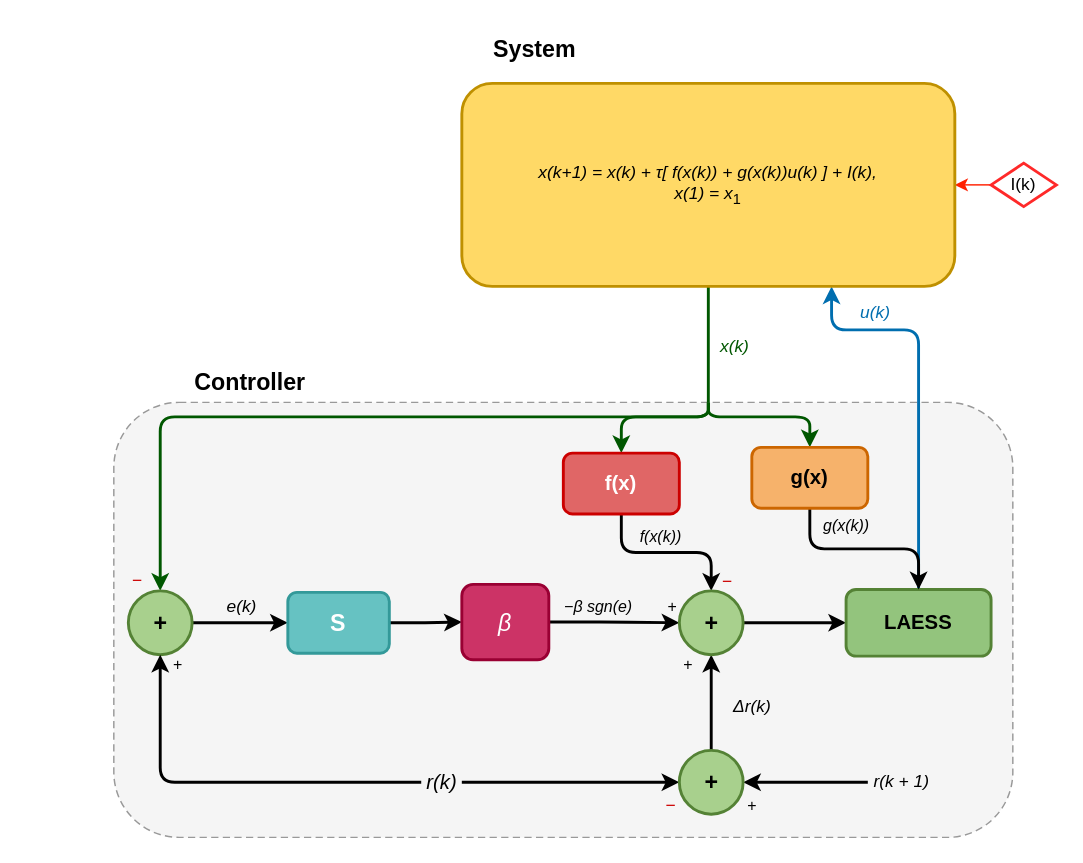
ablassejr/tracking-control-network keeps this draw.io diagram as page "attacked-system" (3 of 5) of research-vault/Research Journal/Paper/figures/System-States.drawio. Above is the earlier version. Source tidied: cells renumbered, new cells numbered last; positions are measured from the earlier drawing's top-left corner, leaving out a move shared by most shapes. Both pictures are drawn from the tidied source at 145%, with x=0, y=0 at pixel (113, 25).
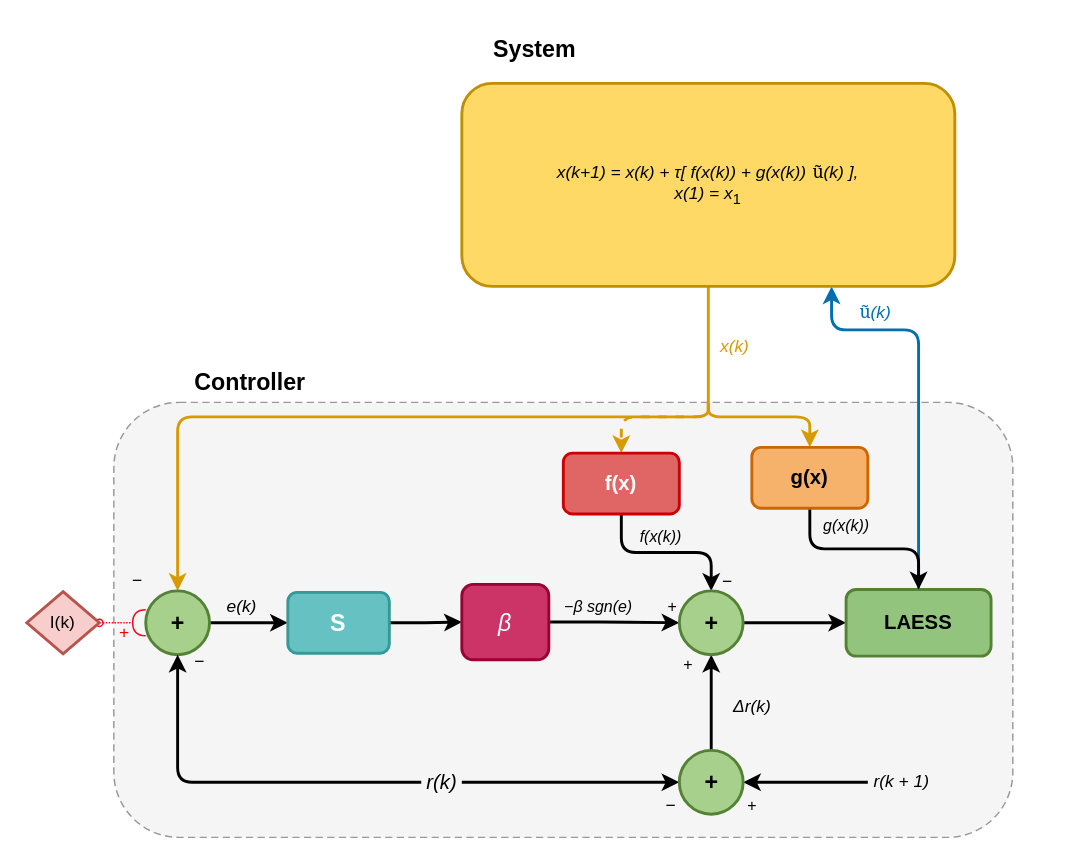
Above is the later version.

Unchanged cells that the change refers to:
```xml
<mxCell id="21" value="&lt;b&gt;f(x)&lt;/b&gt;" style="rounded=1;whiteSpace=wrap;html=1;fontFamily=Helvetica;fontSize=14;fillColor=#E06666;strokeColor=#CC0000;strokeWidth=2;fontColor=#FFFFFF;" parent="1" vertex="1">
  <mxGeometry x="310" y="295" width="80" height="42" as="geometry" />
</mxCell>
<mxCell id="24" value="&lt;b&gt;g(x)&lt;/b&gt;" style="rounded=1;whiteSpace=wrap;html=1;fontFamily=Helvetica;fontSize=14;fillColor=#F6B26B;strokeColor=#CC6600;strokeWidth=2;" parent="1" vertex="1">
  <mxGeometry x="440" y="291" width="80" height="42" as="geometry" />
</mxCell>
```

What changed in the source:
```diff
@@
-    <mxCell id="11" style="edgeStyle=orthogonalEdgeStyle;rounded=1;jettySize=auto;html=1;endArrow=none;endFill=0;strokeWidth=2;fillColor=#008a00;strokeColor=#005700;flowAnimation=1;" parent="1" edge="1" source="13">
+    <mxCell id="11" style="edgeStyle=orthogonalEdgeStyle;rounded=1;jettySize=auto;html=1;endArrow=none;endFill=0;strokeWidth=2;fillColor=#ffe6cc;strokeColor=#d79b00;flowAnimation=1;" parent="1" edge="1" source="13">
       <mxGeometry relative="1" as="geometry">
         <mxPoint x="410" y="260" as="targetPoint" />
       </mxGeometry>
     </mxCell>
-    <mxCell id="12" style="edgeStyle=orthogonalEdgeStyle;rounded=0;orthogonalLoop=1;jettySize=auto;html=1;flowAnimation=1;strokeWidth=1;strokeColor=#FF2100;" parent="1" edge="1">
-      <mxGeometry relative="1" as="geometry">
-        <mxPoint x="605" y="110" as="sourcePoint" />
-        <mxPoint x="580" y="110" as="targetPoint" />
-      </mxGeometry>
-    </mxCell>
-    <mxCell id="13" value="&lt;i style=&quot;line-height: 100%;&quot;&gt;x(k+1) = x(k) + τ[ f(x(k)) + g(x(k))u(k) ] + I(k),&lt;/i&gt;&lt;br&gt;&lt;i&gt;x(1) = x&lt;/i&gt;&lt;sub&gt;1&lt;/sub&gt;" style="rounded=1;whiteSpace=wrap;html=1;fontFamily=Helvetica;fontSize=12;fillColor=#FFD966;strokeColor=#BF9000;strokeWidth=2;" parent="1" vertex="1">
+    <mxCell id="13" value="&lt;span&gt;&lt;i style=&quot;line-height: 100%;&quot;&gt;x(k+1) = x(k) + τ[ f(x(k)) + g(x(k))&lt;span style=&quot;font-size: 16px;&quot;&gt;&amp;nbsp;&lt;/span&gt;&lt;span style=&quot;font-family: pplxSerif, pplxSerif, ui-serif, Georgia, Cambria, &amp;quot;Hiragino Mincho ProN&amp;quot;, &amp;quot;Yu Mincho&amp;quot;, &amp;quot;Songti SC&amp;quot;, SimSun, &amp;quot;Songti TC&amp;quot;, PMingLiU, &amp;quot;Songti TC&amp;quot;, MingLiU_HKSCS, &amp;quot;Songti TC&amp;quot;, PMingLiU, AppleMyungjo, Batang, serif; font-style: normal; text-align: start;&quot;&gt;&lt;font&gt;ũ&lt;/font&gt;&lt;/span&gt;(k) ],&lt;/i&gt;&lt;br&gt;&lt;i style=&quot;&quot;&gt;x(1) = x&lt;/i&gt;&lt;sub style=&quot;&quot;&gt;1&lt;/sub&gt;&lt;/span&gt;" style="rounded=1;whiteSpace=wrap;html=1;fontFamily=Helvetica;fontSize=12;fillColor=#FFD966;strokeColor=#BF9000;strokeWidth=2;fontColor=default;" parent="1" vertex="1">
       <mxGeometry x="240" y="40" width="340" height="140" as="geometry" />
     </mxCell>
-    <mxCell id="14" style="edgeStyle=orthogonalEdgeStyle;rounded=1;jettySize=auto;html=1;flowAnimation=1;fillColor=#008a00;strokeColor=#005700;strokeWidth=2;" parent="1" edge="1" target="15">
+    <mxCell id="14" style="edgeStyle=orthogonalEdgeStyle;rounded=1;jettySize=auto;html=1;flowAnimation=1;fillColor=#ffe6cc;strokeColor=#d79b00;strokeWidth=2;" parent="1" edge="1" target="15">
       <mxGeometry relative="1" as="geometry">
         <mxPoint x="410" y="260" as="sourcePoint" />
         <Array as="points">
           <mxPoint x="410" y="270" />
-          <mxPoint x="32" y="270" />
+          <mxPoint x="44" y="270" />
         </Array>
       </mxGeometry>
     </mxCell>
+    <mxCell id="47" style="edgeStyle=orthogonalEdgeStyle;rounded=0;jettySize=auto;html=1;curved=0;endArrow=halfCircle;endFill=0;startArrow=oval;startFill=0;startSize=5;dashed=1;dashPattern=1 1;flowAnimation=1;strokeWidth=1;endSize=7;fontColor=#FF0000;strokeColor=#FF0019;" parent="1" edge="1" source="46" target="15">
+      <mxGeometry relative="1" as="geometry">
+        <Array as="points">
+          <mxPoint x="10" y="412" />
+          <mxPoint x="10" y="412" />
+        </Array>
+      </mxGeometry>
+    </mxCell>
     <mxCell id="15" value="+" style="ellipse;html=1;fontFamily=Helvetica;fontSize=16;fillColor=#A8D08D;strokeColor=#548235;strokeWidth=2;align=center;verticalAlign=middle;fontStyle=1;rounded=1;" parent="1" vertex="1">
-      <mxGeometry x="10" y="390" width="44" height="44" as="geometry" />
+      <mxGeometry x="22" y="390" width="44" height="44" as="geometry" />
     </mxCell>
@@
-    <mxCell id="20" style="edgeStyle=orthogonalEdgeStyle;rounded=1;jettySize=auto;html=1;strokeWidth=2;fillColor=#008a00;strokeColor=#005700;flowAnimation=1;" parent="1" edge="1" target="21">
+    <mxCell id="20" style="edgeStyle=orthogonalEdgeStyle;rounded=1;jettySize=auto;html=1;strokeWidth=2;fillColor=#ffe6cc;strokeColor=#d79b00;flowAnimation=1;dashed=1;" parent="1" edge="1" target="21">
       <mxGeometry relative="1" as="geometry">
         <mxPoint x="410" y="260" as="sourcePoint" />
         <Array as="points">
           <mxPoint x="410" y="270" />
           <mxPoint x="350" y="270" />
         </Array>
       </mxGeometry>
     </mxCell>
@@
-    <mxCell id="22" style="edgeStyle=orthogonalEdgeStyle;rounded=1;jettySize=auto;html=1;strokeWidth=2;fillColor=#008a00;strokeColor=#005700;flowAnimation=1;" parent="1" edge="1" target="24">
+    <mxCell id="22" style="edgeStyle=orthogonalEdgeStyle;rounded=1;jettySize=auto;html=1;strokeWidth=2;fillColor=#ffe6cc;strokeColor=#d79b00;flowAnimation=1;" parent="1" edge="1" target="24">
       <mxGeometry relative="1" as="geometry">
         <mxPoint x="410" y="260" as="sourcePoint" />
         <Array as="points">
           <mxPoint x="410" y="270" />
           <mxPoint x="480" y="270" />
         </Array>
       </mxGeometry>
     </mxCell>
@@
-    <mxCell id="35" value="&lt;i&gt;u(k)&lt;/i&gt;" style="text;html=1;align=center;verticalAlign=middle;fontFamily=Helvetica;fontSize=12;fontColor=light-dark(#006EAF,#028FCC);rounded=1;" parent="1" vertex="1">
+    <mxCell id="35" value="&lt;i style=&quot;text-wrap-mode: wrap; line-height: 12px;&quot;&gt;&lt;span style=&quot;font-family: pplxSerif, pplxSerif, ui-serif, Georgia, Cambria, &amp;quot;Hiragino Mincho ProN&amp;quot;, &amp;quot;Yu Mincho&amp;quot;, &amp;quot;Songti SC&amp;quot;, SimSun, &amp;quot;Songti TC&amp;quot;, PMingLiU, &amp;quot;Songti TC&amp;quot;, MingLiU_HKSCS, &amp;quot;Songti TC&amp;quot;, PMingLiU, AppleMyungjo, Batang, serif; font-style: normal; text-align: start;&quot;&gt;ũ&lt;/span&gt;&lt;/i&gt;&lt;i&gt;(k)&lt;/i&gt;" style="text;html=1;align=center;verticalAlign=middle;fontFamily=Helvetica;fontSize=12;fontColor=light-dark(#006EAF,#028FCC);rounded=1;" parent="1" vertex="1">
       <mxGeometry x="507" y="190" width="35" height="16" as="geometry" />
     </mxCell>
-    <mxCell id="36" value="&lt;i&gt;x(k)&lt;/i&gt;" style="text;html=1;align=center;verticalAlign=middle;fontFamily=Helvetica;fontSize=12;rounded=1;fontColor=light-dark(#005700,#66FFB3);" parent="1" vertex="1">
+    <mxCell id="36" value="&lt;i&gt;x(k)&lt;/i&gt;" style="text;html=1;align=center;verticalAlign=middle;fontFamily=Helvetica;fontSize=12;rounded=1;fillColor=none;strokeColor=none;fontColor=light-dark(#D79B00,#D79B00);" parent="1" vertex="1">
       <mxGeometry x="410.5" y="214" width="35" height="16" as="geometry" />
     </mxCell>
@@
-    <mxCell id="38" value="−" style="text;html=1;align=center;verticalAlign=middle;fontFamily=Helvetica;fontSize=12;fontColor=#CC0000;rounded=1;" parent="1" vertex="1">
+    <mxCell id="38" value="−" style="text;html=1;align=center;verticalAlign=middle;fontFamily=Helvetica;fontSize=12;fontColor=#000000;rounded=1;" parent="1" vertex="1">
       <mxGeometry x="10" y="377" width="12" height="12" as="geometry" />
     </mxCell>
@@
-    <mxCell id="41" value="−" style="text;html=1;align=center;verticalAlign=middle;fontFamily=Helvetica;fontSize=12;fontColor=#CC0000;rounded=1;" parent="1" vertex="1">
+    <mxCell id="41" value="−" style="text;html=1;align=center;verticalAlign=middle;fontFamily=Helvetica;fontSize=12;fontColor=#000000;rounded=1;" parent="1" vertex="1">
       <mxGeometry x="417" y="378" width="12" height="12" as="geometry" />
     </mxCell>
@@
-    <mxCell id="43" value="−" style="text;html=1;align=center;verticalAlign=middle;fontFamily=Helvetica;fontSize=12;fontColor=#CC0000;rounded=1;" parent="1" vertex="1">
+    <mxCell id="43" value="−" style="text;html=1;align=center;verticalAlign=middle;fontFamily=Helvetica;fontSize=12;fontColor=#000000;rounded=1;" parent="1" vertex="1">
       <mxGeometry x="378" y="532" width="12" height="12" as="geometry" />
     </mxCell>
@@
-    <mxCell id="46" value="I(k)" style="rhombus;whiteSpace=wrap;html=1;fillColor=none;strokeColor=#FF2929;rounded=0;strokeWidth=2;" parent="1" vertex="1">
-      <mxGeometry x="605" y="95" width="45" height="30" as="geometry" />
+    <mxCell id="46" value="I(k)" style="rhombus;whiteSpace=wrap;html=1;fillColor=#f8cecc;strokeColor=#b85450;rounded=0;strokeWidth=2;" parent="1" vertex="1">
+      <mxGeometry x="-60" y="390.5" width="50" height="43" as="geometry" />
     </mxCell>
+    <mxCell id="48" value="&lt;font&gt;+&lt;/font&gt;" style="text;html=1;align=center;verticalAlign=middle;fontFamily=Helvetica;fontSize=12;fontColor=#F50000;rounded=1;strokeWidth=1;labelBackgroundColor=none;" parent="1" vertex="1">
+      <mxGeometry x="-8" y="404" width="30" height="30" as="geometry" />
+    </mxCell>
+    <mxCell id="49" value="−" style="text;html=1;align=center;verticalAlign=middle;fontFamily=Helvetica;fontSize=12;fontColor=#000000;rounded=1;arcSize=50;" parent="1" vertex="1">
+      <mxGeometry x="53" y="433" width="12" height="12" as="geometry" />
+    </mxCell>
```
